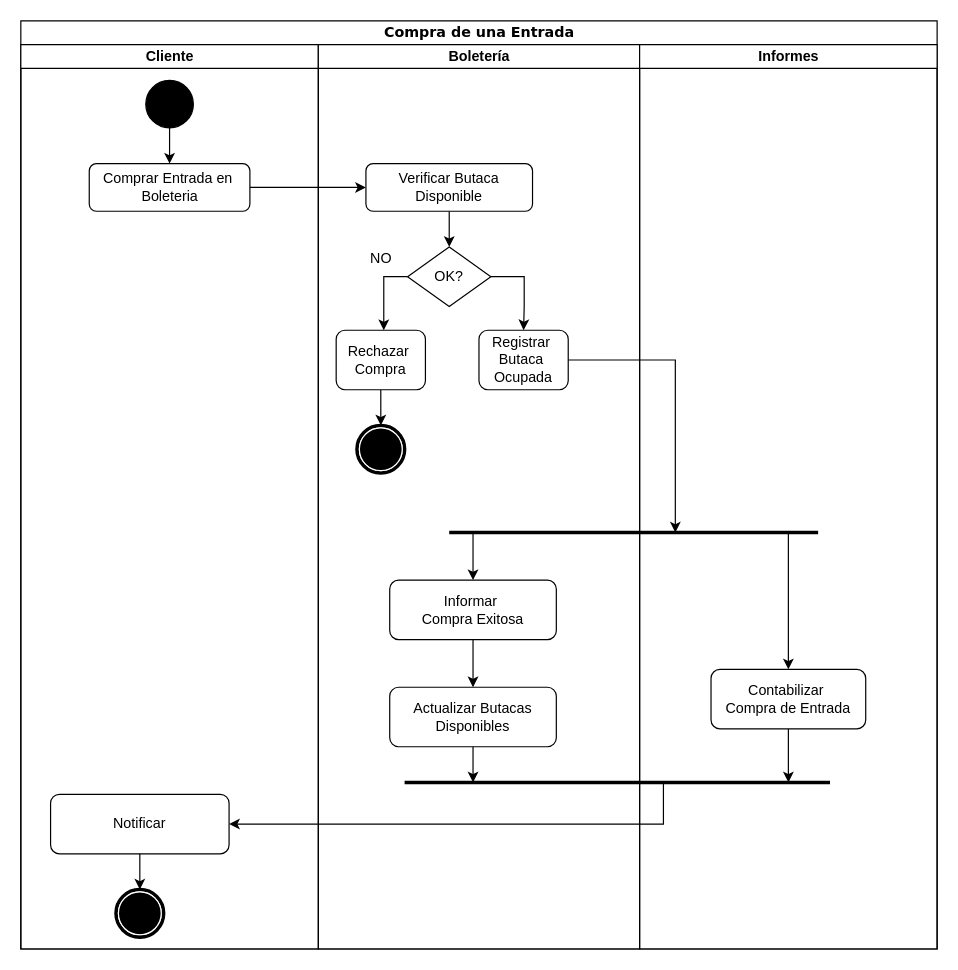
Earlier version of the draw.io diagram TP3/Diagramas/Actividad/comprarEntrada.drawio (mauro7x/aninfo). Source tidied: cells renumbered, new cells numbered last; positions are measured from the earlier drawing's top-left corner, leaving out a move shared by most shapes. Both pictures are drawn from the tidied source at 119%, with x=0, y=0 at pixel (20, 20).
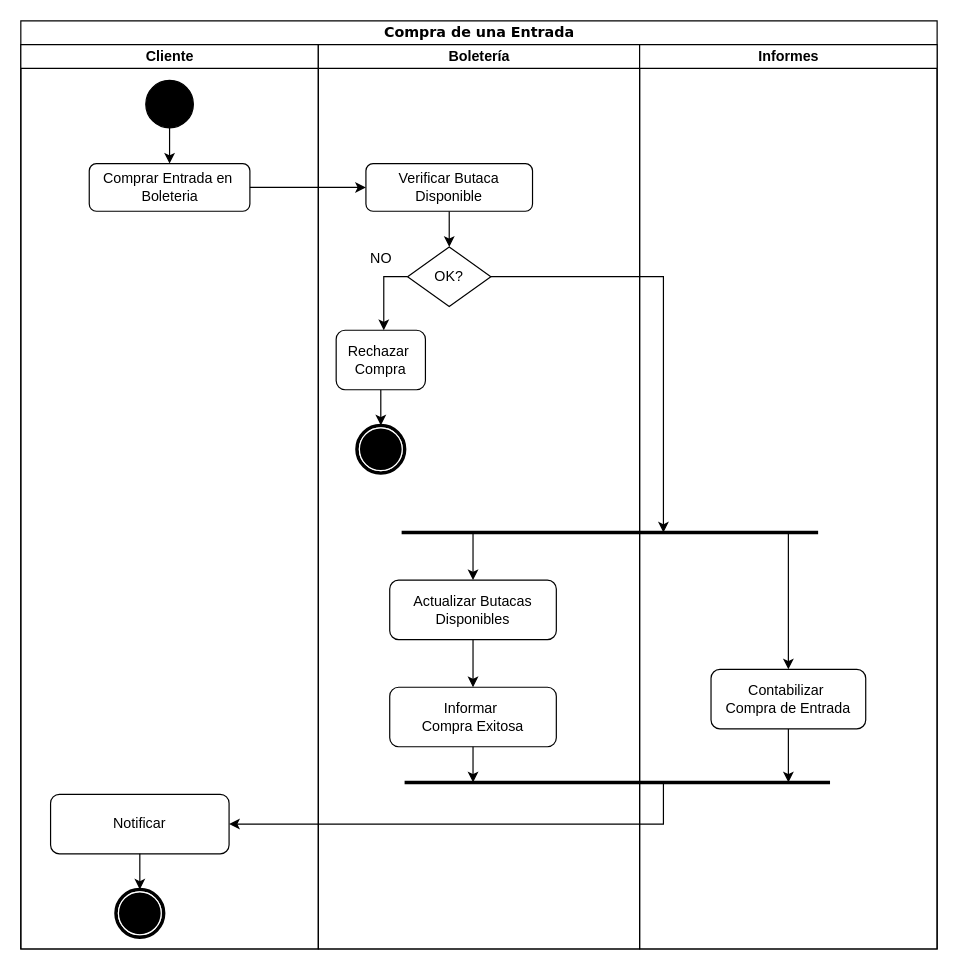
After the change.

Commit message (it also covers changes not shown here):
Fixes comprar entrada activity diagram. AGAIN

The change refers to these unchanged cells:
```xml
<mxCell id="10" value="Boletería" style="swimlane;html=1;startSize=20;" parent="2" vertex="1">
  <mxGeometry x="250" y="20" width="270" height="760" as="geometry" />
</mxCell>
<mxCell id="17" value="OK?" style="rhombus;whiteSpace=wrap;html=1;" parent="10" vertex="1">
  <mxGeometry x="75" y="170" width="70" height="50" as="geometry" />
</mxCell>
```

Change to the diagram source:
```diff
@@
-    <mxCell id="16" style="edgeStyle=orthogonalEdgeStyle;rounded=0;jettySize=auto;html=1;entryX=0.5;entryY=0;entryDx=0;entryDy=0;" parent="10" edge="1" source="17" target="22">
+    <mxCell id="16" style="edgeStyle=orthogonalEdgeStyle;rounded=0;jettySize=auto;html=1;" parent="10" edge="1" source="17">
       <mxGeometry relative="1" as="geometry">
+        <mxPoint x="290" y="410" as="targetPoint" />
         <Array as="points">
-          <mxPoint x="173" y="195" />
-          <mxPoint x="173" y="220" />
+          <mxPoint x="290" y="195" />
         </Array>
       </mxGeometry>
     </mxCell>
@@
     <mxCell id="21" value="Informar&amp;nbsp;&lt;br&gt;Compra Exitosa" style="rounded=1;whiteSpace=wrap;html=1;" parent="10" vertex="1">
-      <mxGeometry x="60" y="450" width="140" height="50" as="geometry" />
+      <mxGeometry x="60" y="540" width="140" height="50" as="geometry" />
     </mxCell>
-    <mxCell id="22" value="Registrar&amp;nbsp;&lt;br&gt;Butaca&amp;nbsp;&lt;br&gt;Ocupada" style="rounded=1;whiteSpace=wrap;html=1;" parent="10" vertex="1">
-      <mxGeometry x="135" y="240" width="75" height="50" as="geometry" />
-    </mxCell>
-    <mxCell id="23" value="Actualizar Butacas&lt;br&gt;Disponibles" style="rounded=1;whiteSpace=wrap;html=1;" parent="10" vertex="1">
-      <mxGeometry x="60" y="540" width="140" height="50" as="geometry" />
-    </mxCell>
@@
     <mxCell id="25" style="endArrow=none;html=1;strokeWidth=3;" parent="10" edge="1">
       <mxGeometry relative="1" as="geometry">
-        <mxPoint x="110" y="410" as="sourcePoint" />
+        <mxPoint x="70" y="410" as="sourcePoint" />
         <mxPoint x="420" y="410" as="targetPoint" />
       </mxGeometry>
     </mxCell>
+    <mxCell id="23" value="Actualizar Butacas&lt;br&gt;Disponibles" style="rounded=1;whiteSpace=wrap;html=1;" parent="10" vertex="1">
+      <mxGeometry x="60" y="450" width="140" height="50" as="geometry" />
+    </mxCell>
+    <mxCell id="36" style="edgeStyle=orthogonalEdgeStyle;rounded=0;jettySize=auto;html=1;startArrow=none;startFill=0;endArrow=classic;endFill=1;strokeWidth=1;entryX=0.5;entryY=0;entryDx=0;entryDy=0;exitX=0.5;exitY=1;exitDx=0;exitDy=0;" parent="10" edge="1" source="23" target="21">
+      <mxGeometry relative="1" as="geometry">
+        <Array as="points">
+          <mxPoint x="130" y="520" />
+          <mxPoint x="130" y="520" />
+        </Array>
+      </mxGeometry>
+    </mxCell>
@@
-    <mxCell id="31" style="edgeStyle=orthogonalEdgeStyle;rounded=0;jettySize=auto;html=1;startArrow=classic;startFill=1;endArrow=none;endFill=0;strokeWidth=1;" parent="1" edge="1" source="21">
-      <mxGeometry relative="1" as="geometry">
-        <mxPoint x="380" y="430" as="targetPoint" />
-      </mxGeometry>
-    </mxCell>
@@
-    <mxCell id="33" style="edgeStyle=orthogonalEdgeStyle;rounded=0;jettySize=auto;html=1;startArrow=none;startFill=0;endArrow=classic;endFill=1;strokeWidth=1;" parent="1" edge="1" source="21">
-      <mxGeometry relative="1" as="geometry">
-        <mxPoint x="380" y="560" as="targetPoint" />
-      </mxGeometry>
-    </mxCell>
-    <mxCell id="34" style="edgeStyle=orthogonalEdgeStyle;rounded=0;jettySize=auto;html=1;startArrow=none;startFill=0;endArrow=classic;endFill=1;strokeWidth=1;exitX=0.5;exitY=1;exitDx=0;exitDy=0;" parent="1" edge="1" source="23">
+    <mxCell id="34" style="edgeStyle=orthogonalEdgeStyle;rounded=0;orthogonalLoop=1;jettySize=auto;html=1;startArrow=none;startFill=0;endArrow=classic;endFill=1;strokeWidth=1;exitX=0.5;exitY=1;exitDx=0;exitDy=0;" parent="1" edge="1">
       <mxGeometry relative="1" as="geometry">
+        <mxPoint x="380" y="610" as="sourcePoint" />
         <mxPoint x="380" y="640" as="targetPoint" />
       </mxGeometry>
     </mxCell>
-    <mxCell id="35" style="edgeStyle=orthogonalEdgeStyle;rounded=0;jettySize=auto;html=1;exitX=1;exitY=0.5;exitDx=0;exitDy=0;" parent="1" edge="1" source="22">
-      <mxGeometry relative="1" as="geometry">
-        <mxPoint x="550" y="430" as="targetPoint" />
-        <Array as="points">
-          <mxPoint x="550" y="285" />
-        </Array>
-      </mxGeometry>
-    </mxCell>
+    <mxCell id="37" style="edgeStyle=orthogonalEdgeStyle;rounded=0;orthogonalLoop=1;jettySize=auto;html=1;startArrow=none;startFill=0;endArrow=classic;endFill=1;strokeWidth=1;" parent="1" edge="1">
+      <mxGeometry relative="1" as="geometry">
+        <mxPoint x="380" y="430" as="sourcePoint" />
+        <mxPoint x="380" y="470" as="targetPoint" />
+        <Array as="points">
+          <mxPoint x="380" y="460" />
+          <mxPoint x="380" y="460" />
+        </Array>
+      </mxGeometry>
+    </mxCell>
```
